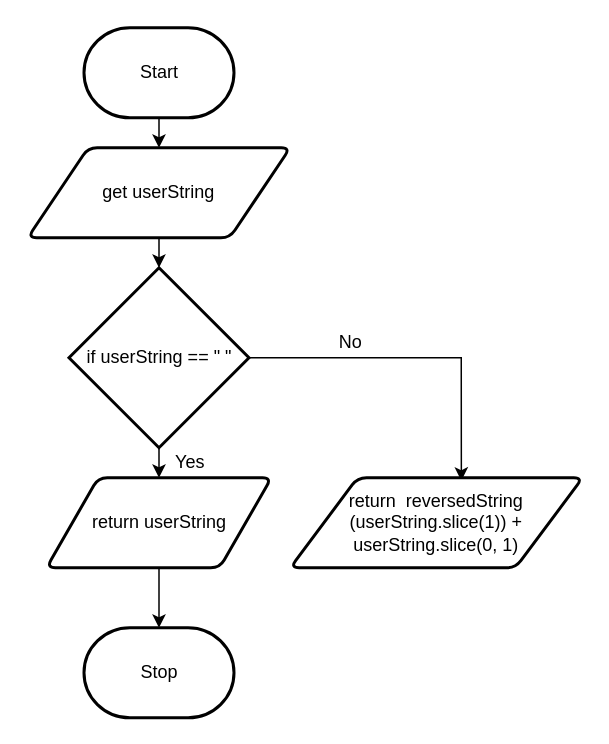
The draw.io diagram flowchart.drawio in Rodas-Nega1/ics4u-unit-3-01-typescript, before the edit. Source tidied: cells renumbered, new cells numbered last; positions are measured from the earlier drawing's top-left corner, leaving out a move shared by most shapes. Both pictures are drawn from the tidied source at 150%, with x=0, y=0 at pixel (27, 27).
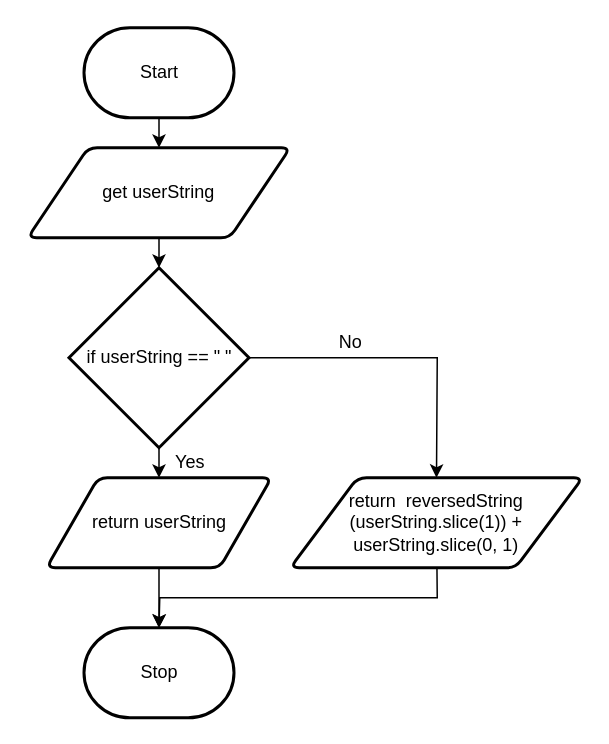
The same page after the edit.

What changed in the source:
```diff
@@
 <mxGraphModel>
   <root>
     <mxCell id="0" />
     <mxCell id="1" parent="0" />
     <mxCell id="2" style="edgeStyle=none;html=1;" parent="1" edge="1" source="3" target="5">
       <mxGeometry relative="1" as="geometry" />
     </mxCell>
     <mxCell id="3" value="Start" style="strokeWidth=2;html=1;shape=mxgraph.flowchart.terminator;whiteSpace=wrap;" parent="1" vertex="1">
       <mxGeometry x="37.5" width="100" height="60" as="geometry" />
     </mxCell>
     <mxCell id="4" style="edgeStyle=none;html=1;" parent="1" edge="1" source="5">
       <mxGeometry relative="1" as="geometry">
         <mxPoint x="87.5" y="160" as="targetPoint" />
       </mxGeometry>
     </mxCell>
     <mxCell id="5" value="get userString" style="shape=parallelogram;html=1;strokeWidth=2;perimeter=parallelogramPerimeter;whiteSpace=wrap;rounded=1;arcSize=12;size=0.23;" parent="1" vertex="1">
       <mxGeometry y="80" width="175" height="60" as="geometry" />
     </mxCell>
     <mxCell id="6" style="edgeStyle=none;html=1;" parent="1" edge="1" source="8" target="10">
       <mxGeometry relative="1" as="geometry" />
     </mxCell>
-    <mxCell id="7" style="edgeStyle=none;html=1;entryX=0.585;entryY=0.033;entryDx=0;entryDy=0;entryPerimeter=0;fontFamily=Helvetica;fontColor=#000000;exitX=1;exitY=0.5;exitDx=0;exitDy=0;exitPerimeter=0;rounded=0;" parent="1" edge="1" source="8" target="14">
+    <mxCell id="7" style="edgeStyle=none;html=1;entryX=0.5;entryY=0;entryDx=0;entryDy=0;fontFamily=Helvetica;fontColor=#000000;exitX=1;exitY=0.5;exitDx=0;exitDy=0;exitPerimeter=0;rounded=0;" parent="1" edge="1" source="8" target="14">
       <mxGeometry relative="1" as="geometry">
         <Array as="points">
-          <mxPoint x="289" y="220" />
+          <mxPoint x="273" y="220" />
         </Array>
       </mxGeometry>
     </mxCell>
     <mxCell id="8" value="if userString == &quot; &quot;" style="strokeWidth=2;html=1;shape=mxgraph.flowchart.decision;whiteSpace=wrap;" parent="1" vertex="1">
       <mxGeometry x="27.5" y="160" width="120" height="120" as="geometry" />
     </mxCell>
     <mxCell id="9" style="edgeStyle=none;html=1;" parent="1" edge="1" source="10" target="11">
       <mxGeometry relative="1" as="geometry" />
     </mxCell>
     <mxCell id="10" value="return userString" style="shape=parallelogram;html=1;strokeWidth=2;perimeter=parallelogramPerimeter;whiteSpace=wrap;rounded=1;arcSize=12;size=0.23;" parent="1" vertex="1">
       <mxGeometry x="12.5" y="300" width="150" height="60" as="geometry" />
     </mxCell>
     <mxCell id="11" value="Stop" style="strokeWidth=2;html=1;shape=mxgraph.flowchart.terminator;whiteSpace=wrap;" parent="1" vertex="1">
       <mxGeometry x="37.5" y="400" width="100" height="60" as="geometry" />
     </mxCell>
     <mxCell id="12" value="Yes" style="text;html=1;align=center;verticalAlign=middle;fillColor=none;strokeColor=none;rounded=0;" parent="1" vertex="1">
       <mxGeometry x="87.5" y="280" width="40" height="20" as="geometry" />
     </mxCell>
     <mxCell id="13" value="No" style="text;html=1;align=center;verticalAlign=middle;fillColor=none;strokeColor=none;rounded=0;" parent="1" vertex="1">
       <mxGeometry x="200" y="200" width="30" height="20" as="geometry" />
     </mxCell>
+    <mxCell id="15" style="edgeStyle=none;html=1;entryX=0.5;entryY=0;entryDx=0;entryDy=0;entryPerimeter=0;rounded=0;" parent="1" edge="1" source="14" target="11">
+      <mxGeometry relative="1" as="geometry">
+        <Array as="points">
+          <mxPoint x="273" y="380" />
+          <mxPoint x="88" y="380" />
+        </Array>
+      </mxGeometry>
+    </mxCell>
     <mxCell id="14" value="&lt;font color=&quot;#000000&quot;&gt;return&amp;nbsp;&lt;span&gt; &lt;/span&gt;&lt;span class=&quot;pl-en&quot; style=&quot;box-sizing: border-box&quot;&gt;&lt;span class=&quot;pl-token&quot; style=&quot;box-sizing: border-box&quot;&gt;reversedString&lt;br&gt;&lt;/span&gt;&lt;/span&gt;&lt;span class=&quot;pl-kos&quot; style=&quot;box-sizing: border-box&quot;&gt;(&lt;/span&gt;&lt;span class=&quot;pl-s1&quot; style=&quot;box-sizing: border-box&quot;&gt;userString&lt;/span&gt;&lt;span class=&quot;pl-kos&quot; style=&quot;box-sizing: border-box&quot;&gt;.&lt;/span&gt;&lt;span class=&quot;pl-en&quot; style=&quot;box-sizing: border-box&quot;&gt;slice&lt;/span&gt;&lt;span class=&quot;pl-kos&quot; style=&quot;box-sizing: border-box&quot;&gt;(&lt;/span&gt;&lt;span class=&quot;pl-c1&quot; style=&quot;box-sizing: border-box&quot;&gt;1&lt;/span&gt;&lt;span class=&quot;pl-kos&quot; style=&quot;box-sizing: border-box&quot;&gt;)&lt;/span&gt;&lt;span class=&quot;pl-kos&quot; style=&quot;box-sizing: border-box&quot;&gt;)&lt;/span&gt;&lt;span&gt; &lt;/span&gt;&lt;span class=&quot;pl-c1&quot; style=&quot;box-sizing: border-box&quot;&gt;+&lt;/span&gt;&lt;span&gt; &lt;/span&gt;&lt;span class=&quot;pl-s1&quot; style=&quot;box-sizing: border-box&quot;&gt;userString&lt;/span&gt;&lt;span class=&quot;pl-kos&quot; style=&quot;box-sizing: border-box&quot;&gt;.&lt;/span&gt;&lt;span class=&quot;pl-en&quot; style=&quot;box-sizing: border-box&quot;&gt;slice&lt;/span&gt;&lt;span class=&quot;pl-kos&quot; style=&quot;box-sizing: border-box&quot;&gt;(&lt;/span&gt;&lt;span class=&quot;pl-c1&quot; style=&quot;box-sizing: border-box&quot;&gt;0&lt;/span&gt;&lt;span class=&quot;pl-kos&quot; style=&quot;box-sizing: border-box&quot;&gt;,&lt;/span&gt;&lt;span&gt; &lt;/span&gt;&lt;span class=&quot;pl-c1&quot; style=&quot;box-sizing: border-box&quot;&gt;1&lt;/span&gt;&lt;span class=&quot;pl-kos&quot; style=&quot;box-sizing: border-box&quot;&gt;)&lt;/span&gt;&lt;/font&gt;" style="shape=parallelogram;html=1;strokeWidth=2;perimeter=parallelogramPerimeter;whiteSpace=wrap;rounded=1;arcSize=12;size=0.23;" parent="1" vertex="1">
       <mxGeometry x="175" y="300" width="195" height="60" as="geometry" />
     </mxCell>
   </root>
 </mxGraphModel>
```
